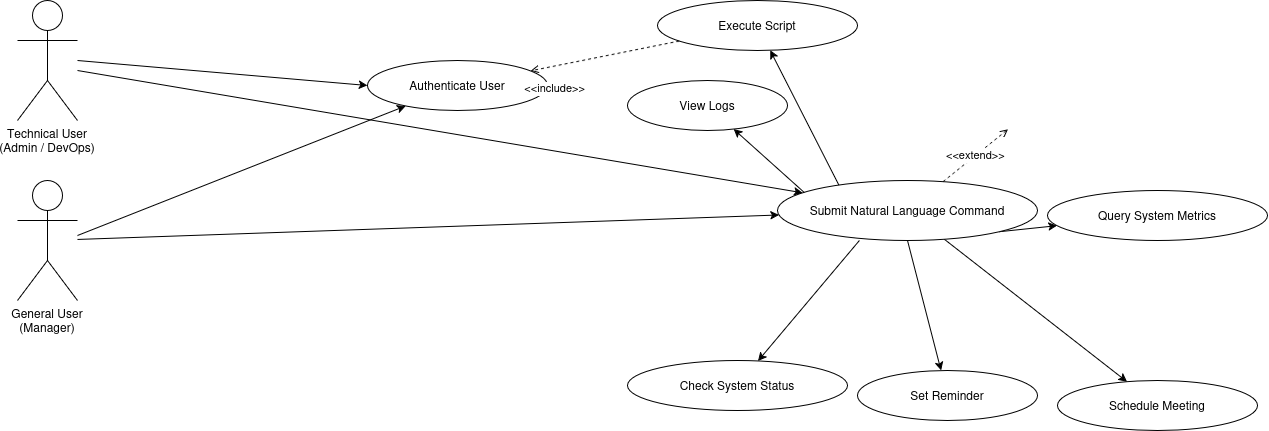
Above: 2_UML/uml_diagram.png in iampruh887/CS331 (draw.io), before the change. Source tidied: cells renumbered, new cells last; positions are measured from the earlier drawing's top-left corner, leaving out a move shared by most shapes.
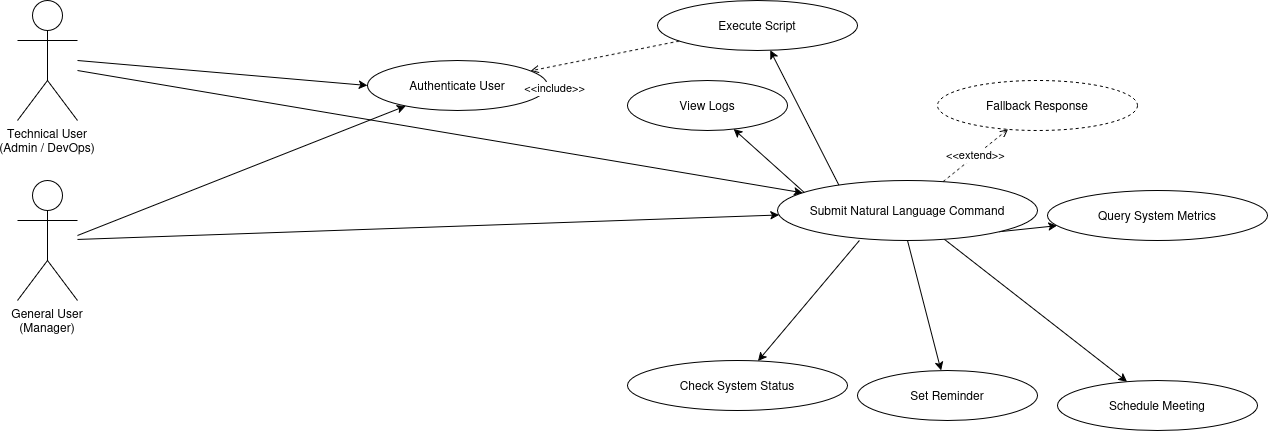
After the change.

The edit, as a diff of the source:
```diff
@@ -50,6 +50,9 @@
     <mxCell id="15" value="Submit Natural Language Command" style="ellipse;whiteSpace=wrap;html=1;" parent="1" vertex="1">
       <mxGeometry x="760" y="180" width="260" height="60" as="geometry" />
     </mxCell>
+    <mxCell id="24" value="Fallback Response" style="ellipse;whiteSpace=wrap;html=1;dashed=1;" parent="1" vertex="1">
+      <mxGeometry x="920" y="80" width="200" height="50" as="geometry" />
+    </mxCell>
     <mxCell id="16" value="Execute Script" style="ellipse;whiteSpace=wrap;html=1;" parent="1" vertex="1">
       <mxGeometry x="640" width="200" height="50" as="geometry" />
     </mxCell>
@@ -73,10 +76,8 @@
         <mxPoint x="-1" as="offset" />
       </mxGeometry>
     </mxCell>
-    <mxCell id="23" value="&lt;&lt;extend&gt;&gt;" style="dashed=1;endArrow=open;" parent="1" edge="1" source="15">
-      <mxGeometry relative="1" as="geometry">
-        <mxPoint x="990.4" y="128.9" as="targetPoint" />
-      </mxGeometry>
+    <mxCell id="23" value="&lt;&lt;extend&gt;&gt;" style="dashed=1;endArrow=open;" parent="1" edge="1" source="15" target="24">
+      <mxGeometry relative="1" as="geometry" />
     </mxCell>
   </root>
 </mxGraphModel>
```
